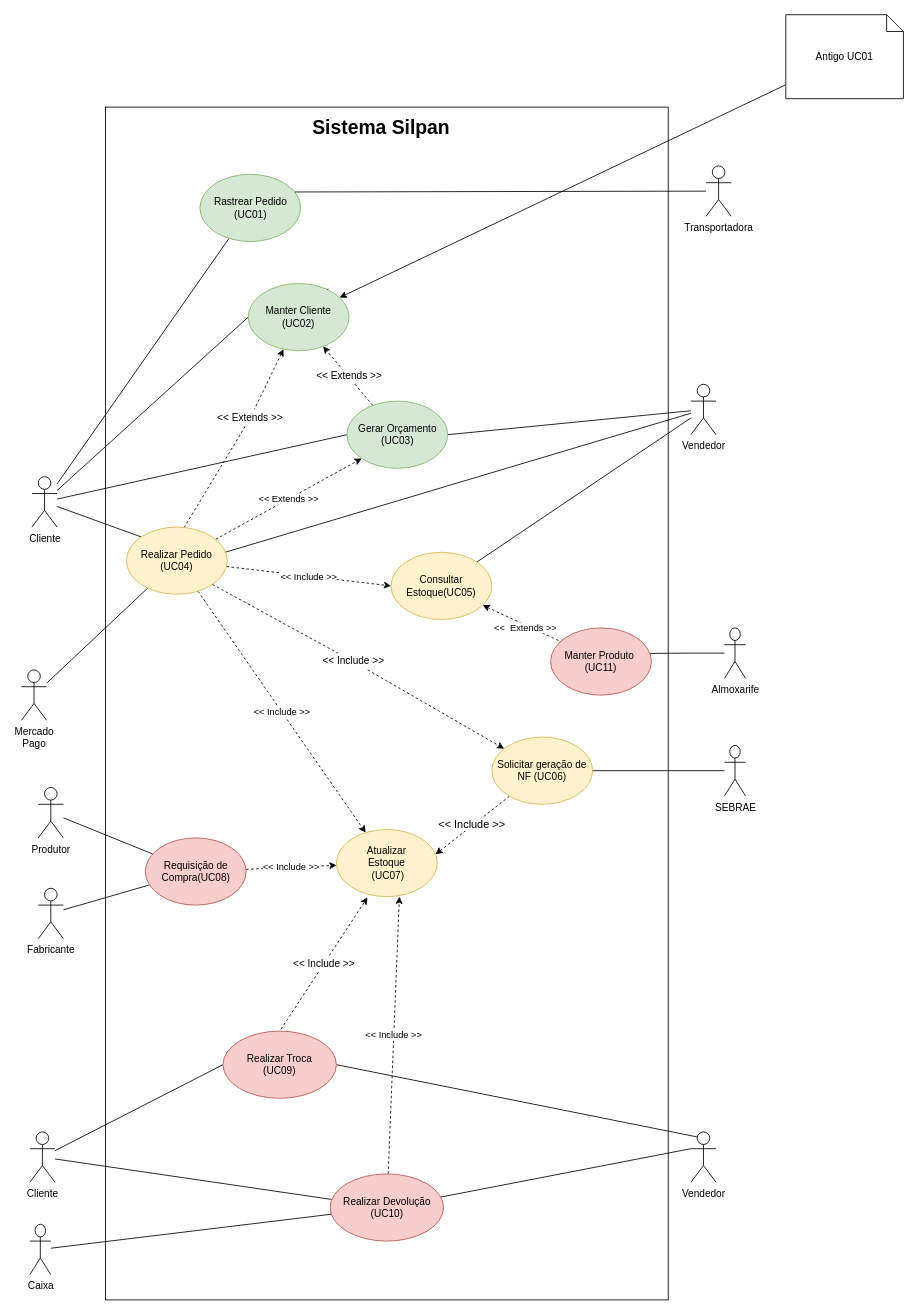
This is Diagrama de UC.drawio from Systematicos/Silpan-AMS, a draw.io file, before an edit. Source tidied: cells renumbered, new cells numbered last; positions are measured from the earlier drawing's top-left corner, leaving out a move shared by most shapes. Both pictures are drawn from the tidied source at 84%, with x=0, y=0 at pixel (21, 14).
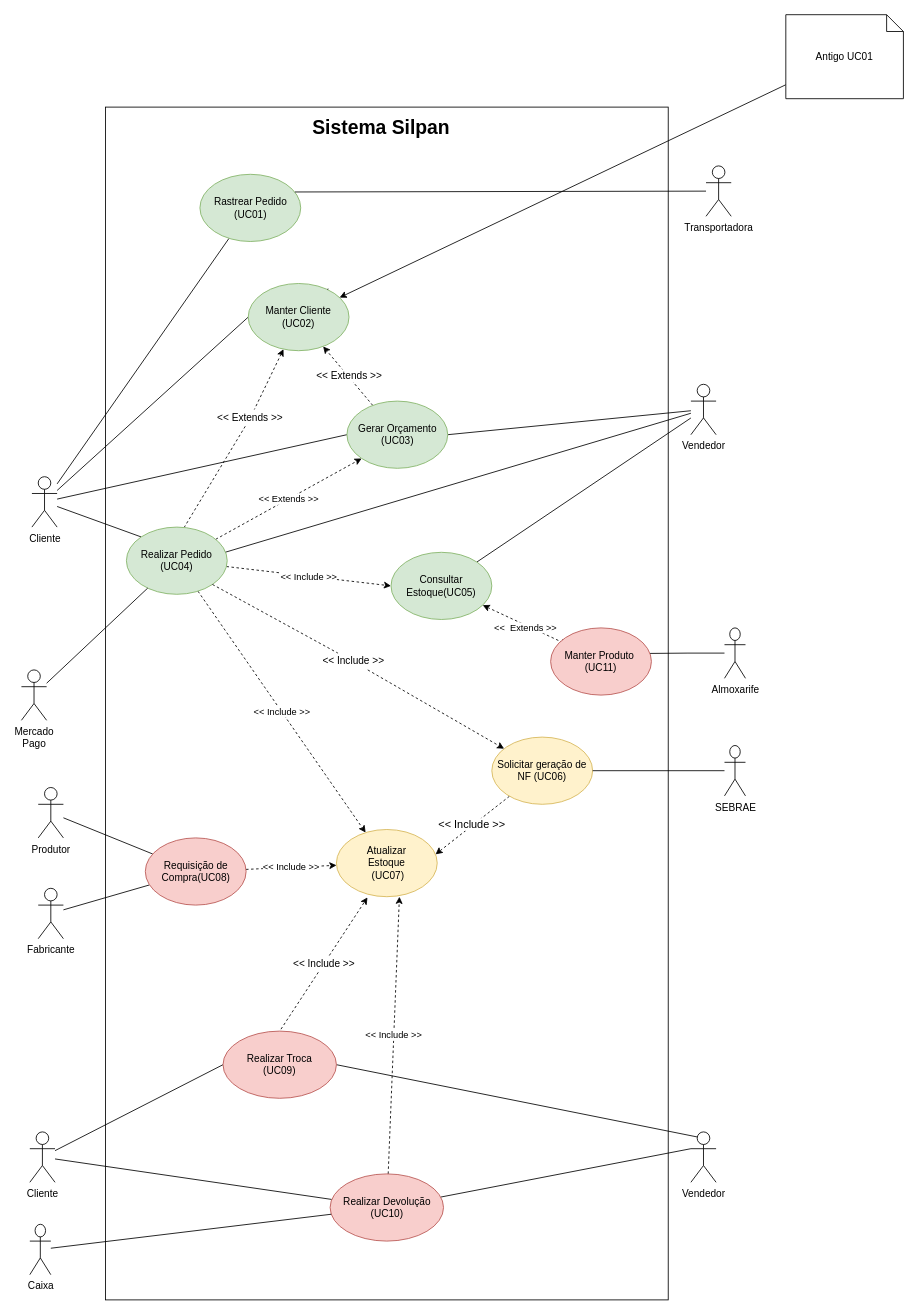
The same diagram, later.

Commit message (it also covers changes not shown here):
Criação do UC04 e atualiação do diagrama de UC

Change to the diagram source:
```diff
@@
-    <mxCell id="16" value="Realizar Pedido (UC04)" style="ellipse;whiteSpace=wrap;html=1;fillColor=#fff2cc;strokeColor=#d6b656;" parent="1" vertex="1">
+    <mxCell id="16" value="Realizar Pedido (UC04)" style="ellipse;whiteSpace=wrap;html=1;fillColor=#d5e8d4;strokeColor=#82b366;" parent="1" vertex="1">
       <mxGeometry x="125" y="610" width="120" height="80" as="geometry" />
     </mxCell>
@@
-    <mxCell id="19" value="Consultar Estoque(UC05)" style="ellipse;whiteSpace=wrap;html=1;fillColor=#fff2cc;strokeColor=#d6b656;" parent="1" vertex="1">
+    <mxCell id="19" value="Consultar Estoque(UC05)" style="ellipse;whiteSpace=wrap;html=1;fillColor=#d5e8d4;strokeColor=#82b366;" parent="1" vertex="1">
       <mxGeometry x="440" y="640" width="120" height="80" as="geometry" />
     </mxCell>
```
